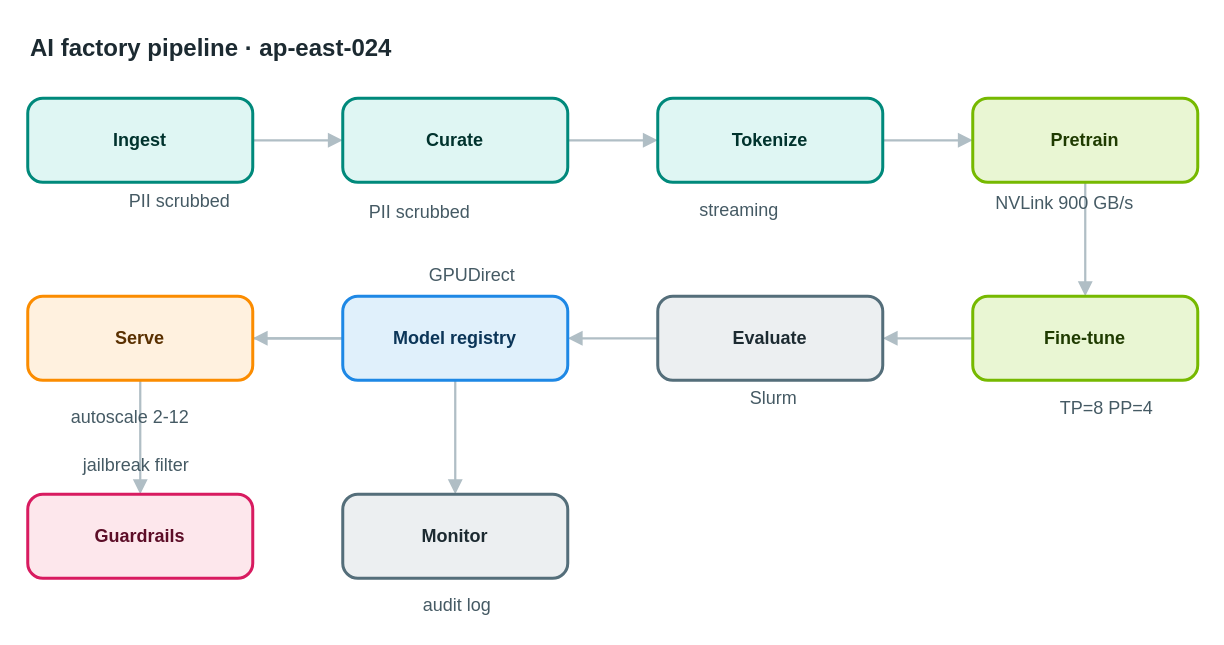
Before: apps/web/public/samples/library/024-ai-factory-pipeline.drawio in AryanG01/open-apprentice, a draw.io diagram. Source tidied: cells renumbered, new cells numbered last; positions are measured from the earlier drawing's top-left corner, leaving out a move shared by most shapes. Both pictures are drawn from the tidied source at 150%, with x=0, y=0 at pixel (27, 26).
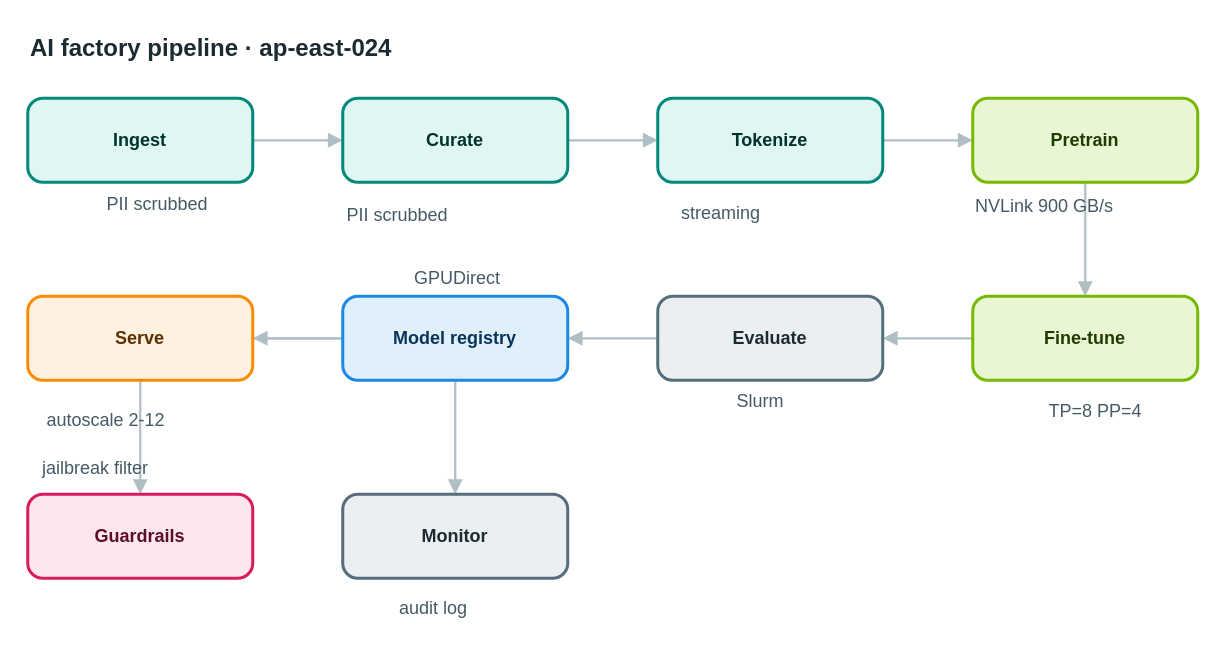
After the change.

What changed in the source:
```diff
@@
-    <mxCell id="22" value="PII scrubbed" style="text;html=1;align=center;verticalAlign=middle;whiteSpace=nowrap;strokeColor=none;fillColor=none;fontSize=12;fontColor=#455a64;" parent="1" vertex="1">
+    <mxCell id="22" value="PII scrubbed" style="text;html=1;align=left;verticalAlign=top;whiteSpace=nowrap;spacing=0;spacingTop=0;strokeColor=none;fillColor=none;fontSize=12;fontColor=#455a64;" parent="1" vertex="1">
       <mxGeometry x="53" y="107" width="96" height="20" as="geometry" />
     </mxCell>
-    <mxCell id="23" value="PII scrubbed" style="text;html=1;align=center;verticalAlign=middle;whiteSpace=nowrap;strokeColor=none;fillColor=none;fontSize=12;fontColor=#455a64;" parent="1" vertex="1">
+    <mxCell id="23" value="PII scrubbed" style="text;html=1;align=left;verticalAlign=top;whiteSpace=nowrap;spacing=0;spacingTop=0;strokeColor=none;fillColor=none;fontSize=12;fontColor=#455a64;" parent="1" vertex="1">
       <mxGeometry x="213" y="114" width="96" height="20" as="geometry" />
     </mxCell>
-    <mxCell id="24" value="streaming" style="text;html=1;align=center;verticalAlign=middle;whiteSpace=nowrap;strokeColor=none;fillColor=none;fontSize=12;fontColor=#455a64;" parent="1" vertex="1">
+    <mxCell id="24" value="streaming" style="text;html=1;align=left;verticalAlign=top;whiteSpace=nowrap;spacing=0;spacingTop=0;strokeColor=none;fillColor=none;fontSize=12;fontColor=#455a64;" parent="1" vertex="1">
       <mxGeometry x="436" y="113" width="75" height="20" as="geometry" />
     </mxCell>
-    <mxCell id="25" value="NVLink 900 GB/s" style="text;html=1;align=center;verticalAlign=middle;whiteSpace=nowrap;strokeColor=none;fillColor=none;fontSize=12;fontColor=#455a64;" parent="1" vertex="1">
+    <mxCell id="25" value="NVLink 900 GB/s" style="text;html=1;align=left;verticalAlign=top;whiteSpace=nowrap;spacing=0;spacingTop=0;strokeColor=none;fillColor=none;fontSize=12;fontColor=#455a64;" parent="1" vertex="1">
       <mxGeometry x="632" y="108" width="117" height="20" as="geometry" />
     </mxCell>
-    <mxCell id="26" value="TP=8 PP=4" style="text;html=1;align=center;verticalAlign=middle;whiteSpace=nowrap;strokeColor=none;fillColor=none;fontSize=12;fontColor=#455a64;" parent="1" vertex="1">
+    <mxCell id="26" value="TP=8 PP=4" style="text;html=1;align=left;verticalAlign=top;whiteSpace=nowrap;spacing=0;spacingTop=0;strokeColor=none;fillColor=none;fontSize=12;fontColor=#455a64;" parent="1" vertex="1">
       <mxGeometry x="681" y="245" width="75" height="20" as="geometry" />
     </mxCell>
-    <mxCell id="27" value="Slurm" style="text;html=1;align=center;verticalAlign=middle;whiteSpace=nowrap;strokeColor=none;fillColor=none;fontSize=12;fontColor=#455a64;" parent="1" vertex="1">
+    <mxCell id="27" value="Slurm" style="text;html=1;align=left;verticalAlign=top;whiteSpace=nowrap;spacing=0;spacingTop=0;strokeColor=none;fillColor=none;fontSize=12;fontColor=#455a64;" parent="1" vertex="1">
       <mxGeometry x="473" y="238" width="47" height="20" as="geometry" />
     </mxCell>
-    <mxCell id="28" value="GPUDirect" style="text;html=1;align=center;verticalAlign=middle;whiteSpace=nowrap;strokeColor=none;fillColor=none;fontSize=12;fontColor=#455a64;" parent="1" vertex="1">
+    <mxCell id="28" value="GPUDirect" style="text;html=1;align=left;verticalAlign=top;whiteSpace=nowrap;spacing=0;spacingTop=0;strokeColor=none;fillColor=none;fontSize=12;fontColor=#455a64;" parent="1" vertex="1">
       <mxGeometry x="258" y="156" width="75" height="20" as="geometry" />
     </mxCell>
-    <mxCell id="29" value="autoscale 2-12" style="text;html=1;align=center;verticalAlign=middle;whiteSpace=nowrap;strokeColor=none;fillColor=none;fontSize=12;fontColor=#455a64;" parent="1" vertex="1">
+    <mxCell id="29" value="autoscale 2-12" style="text;html=1;align=left;verticalAlign=top;whiteSpace=nowrap;spacing=0;spacingTop=0;strokeColor=none;fillColor=none;fontSize=12;fontColor=#455a64;" parent="1" vertex="1">
       <mxGeometry x="13" y="251" width="110" height="20" as="geometry" />
     </mxCell>
-    <mxCell id="30" value="jailbreak filter" style="text;html=1;align=center;verticalAlign=middle;whiteSpace=nowrap;strokeColor=none;fillColor=none;fontSize=12;fontColor=#455a64;" parent="1" vertex="1">
+    <mxCell id="30" value="jailbreak filter" style="text;html=1;align=left;verticalAlign=top;whiteSpace=nowrap;spacing=0;spacingTop=0;strokeColor=none;fillColor=none;fontSize=12;fontColor=#455a64;" parent="1" vertex="1">
       <mxGeometry x="10" y="283" width="124" height="20" as="geometry" />
     </mxCell>
-    <mxCell id="31" value="audit log" style="text;html=1;align=center;verticalAlign=middle;whiteSpace=nowrap;strokeColor=none;fillColor=none;fontSize=12;fontColor=#455a64;" parent="1" vertex="1">
+    <mxCell id="31" value="audit log" style="text;html=1;align=left;verticalAlign=top;whiteSpace=nowrap;spacing=0;spacingTop=0;strokeColor=none;fillColor=none;fontSize=12;fontColor=#455a64;" parent="1" vertex="1">
       <mxGeometry x="248" y="376" width="75" height="20" as="geometry" />
     </mxCell>
```
